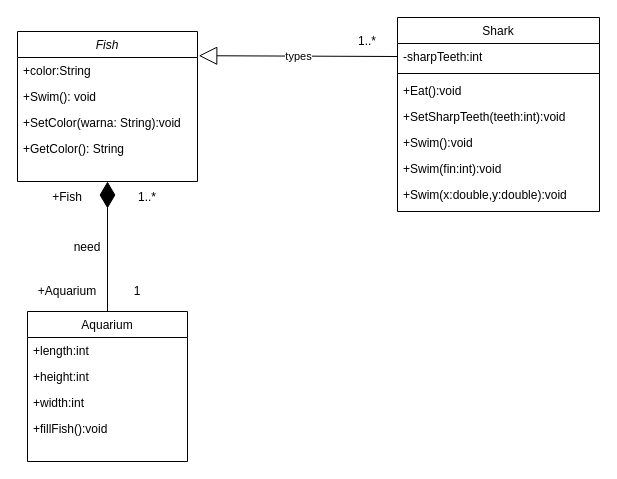
fxrhxnS/Week2Diagram keeps this draw.io diagram as Exercise1Diagram.drawio. Above is the earlier version. Source tidied: cells renumbered, new cells numbered last; positions are measured from the earlier drawing's top-left corner, leaving out a move shared by most shapes. Both pictures are drawn from the tidied source at 100%, with x=0, y=0 at pixel (17, 17).
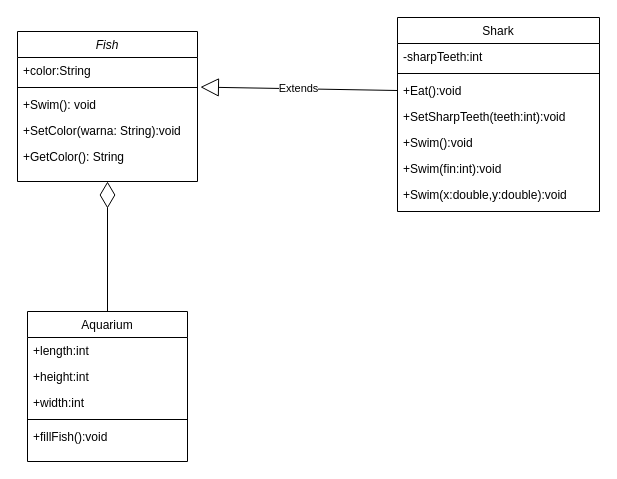
Above is the later version.

Unchanged cells that the change refers to:
```xml
<mxCell id="2" value="Fish" style="swimlane;fontStyle=2;align=center;verticalAlign=top;horizontal=1;startSize=26;rounded=0;shadow=0;strokeWidth=1;" parent="1" vertex="1">
  <mxGeometry y="14" width="180" height="150" as="geometry" />
</mxCell>
<mxCell id="3" value="+color:String" style="text;align=left;verticalAlign=top;spacingLeft=4;spacingRight=4;overflow=hidden;points=[[0,0.5],[1,0.5]];portConstraint=eastwest;" parent="2" vertex="1">
  <mxGeometry y="26" width="180" height="26" as="geometry" />
</mxCell>
<mxCell id="7" value="Aquarium" style="swimlane;fontStyle=0;align=center;verticalAlign=top;horizontal=1;startSize=26;rounded=0;shadow=0;strokeWidth=1;" parent="1" vertex="1">
  <mxGeometry x="10" y="294" width="160" height="150" as="geometry" />
</mxCell>
<mxCell id="16" value="-sharpTeeth:int" style="text;align=left;verticalAlign=top;spacingLeft=4;spacingRight=4;overflow=hidden;points=[[0,0.5],[1,0.5]];portConstraint=eastwest;" parent="15" vertex="1">
  <mxGeometry y="26" width="202" height="26" as="geometry" />
</mxCell>
<mxCell id="18" value="+Eat():void" style="text;align=left;verticalAlign=top;spacingLeft=4;spacingRight=4;overflow=hidden;points=[[0,0.5],[1,0.5]];portConstraint=eastwest;" parent="15" vertex="1">
  <mxGeometry y="60" width="202" height="26" as="geometry" />
</mxCell>
```

What changed in the source:
```diff
@@
+    <mxCell id="28" style="line;html=1;strokeWidth=1;align=left;verticalAlign=middle;spacingTop=-1;spacingLeft=3;spacingRight=3;labelPosition=right;" parent="2" vertex="1">
+      <mxGeometry y="52" width="180" height="8" as="geometry" />
+    </mxCell>
     <mxCell id="4" value="+Swim(): void" style="text;align=left;verticalAlign=top;spacingLeft=4;spacingRight=4;overflow=hidden;rounded=0;shadow=0;html=0;" parent="2" vertex="1">
-      <mxGeometry y="52" width="180" height="26" as="geometry" />
+      <mxGeometry y="60" width="180" height="26" as="geometry" />
     </mxCell>
     <mxCell id="5" value="+SetColor(warna: String):void" style="text;align=left;verticalAlign=top;spacingLeft=4;spacingRight=4;overflow=hidden;rounded=0;shadow=0;html=0;" parent="2" vertex="1">
-      <mxGeometry y="78" width="180" height="26" as="geometry" />
+      <mxGeometry y="86" width="180" height="26" as="geometry" />
     </mxCell>
     <mxCell id="6" value="+GetColor(): String" style="text;align=left;verticalAlign=top;spacingLeft=4;spacingRight=4;overflow=hidden;rounded=0;shadow=0;html=0;" parent="2" vertex="1">
-      <mxGeometry y="104" width="180" height="20" as="geometry" />
+      <mxGeometry y="112" width="180" height="20" as="geometry" />
     </mxCell>
@@
+    <mxCell id="29" style="line;html=1;strokeWidth=1;align=left;verticalAlign=middle;spacingTop=-1;spacingLeft=3;spacingRight=3;labelPosition=right;" parent="7" vertex="1">
+      <mxGeometry y="104" width="160" height="8" as="geometry" />
+    </mxCell>
     <mxCell id="11" value="+fillFish():void" style="text;align=left;verticalAlign=top;spacingLeft=4;spacingRight=4;overflow=hidden;rounded=0;shadow=0;html=0;" parent="7" vertex="1">
-      <mxGeometry y="104" width="160" height="26" as="geometry" />
+      <mxGeometry y="112" width="160" height="26" as="geometry" />
     </mxCell>
-    <mxCell id="12" style="endArrow=diamondThin;endFill=1;endSize=24;html=1;exitX=0.5;exitY=0;exitDx=0;exitDy=0;entryX=0.5;entryY=1;entryDx=0;entryDy=0;" parent="1" edge="1" source="7" target="2">
-      <mxGeometry relative="1" as="geometry" />
-    </mxCell>
-    <mxCell id="13" value="1..*" style="text;html=1;strokeColor=none;fillColor=none;align=center;verticalAlign=middle;whiteSpace=wrap;rounded=0;" parent="1" vertex="1">
-      <mxGeometry x="330" y="14" width="40" height="20" as="geometry" />
-    </mxCell>
-    <mxCell id="14" value="types" style="endArrow=block;endSize=16;endFill=0;html=1;exitX=0;exitY=0.5;exitDx=0;exitDy=0;entryX=1.007;entryY=-0.069;entryDx=0;entryDy=0;entryPerimeter=0;" parent="1" edge="1" source="16" target="3">
-      <mxGeometry relative="1" as="geometry" />
-    </mxCell>
@@
-    <mxCell id="23" value="need" style="text;html=1;strokeColor=none;fillColor=none;align=center;verticalAlign=middle;whiteSpace=wrap;rounded=0;" parent="1" vertex="1">
-      <mxGeometry x="50" y="220" width="40" height="20" as="geometry" />
-    </mxCell>
-    <mxCell id="24" value="+Aquarium" style="text;html=1;strokeColor=none;fillColor=none;align=center;verticalAlign=middle;whiteSpace=wrap;rounded=0;" parent="1" vertex="1">
-      <mxGeometry x="30" y="264" width="40" height="20" as="geometry" />
-    </mxCell>
-    <mxCell id="25" value="+Fish" style="text;html=1;strokeColor=none;fillColor=none;align=center;verticalAlign=middle;whiteSpace=wrap;rounded=0;" parent="1" vertex="1">
-      <mxGeometry x="30" y="170" width="40" height="20" as="geometry" />
-    </mxCell>
-    <mxCell id="26" value="1" style="text;html=1;strokeColor=none;fillColor=none;align=center;verticalAlign=middle;whiteSpace=wrap;rounded=0;" parent="1" vertex="1">
-      <mxGeometry x="100" y="264" width="40" height="20" as="geometry" />
-    </mxCell>
-    <mxCell id="27" value="1..*" style="text;html=1;strokeColor=none;fillColor=none;align=center;verticalAlign=middle;whiteSpace=wrap;rounded=0;" parent="1" vertex="1">
-      <mxGeometry x="110" y="170" width="40" height="20" as="geometry" />
-    </mxCell>
+    <mxCell id="30" style="endArrow=diamondThin;endFill=0;endSize=24;html=1;entryX=0.5;entryY=1;entryDx=0;entryDy=0;" parent="1" edge="1" target="2">
+      <mxGeometry relative="1" as="geometry">
+        <mxPoint x="90" y="294" as="sourcePoint" />
+      </mxGeometry>
+    </mxCell>
+    <mxCell id="31" value="Extends" style="endArrow=block;endSize=16;endFill=0;html=1;entryX=1.016;entryY=1.138;entryDx=0;entryDy=0;entryPerimeter=0;exitX=0;exitY=0.5;exitDx=0;exitDy=0;" parent="1" edge="1" source="18" target="3">
+      <mxGeometry relative="1" as="geometry" />
+    </mxCell>
```
